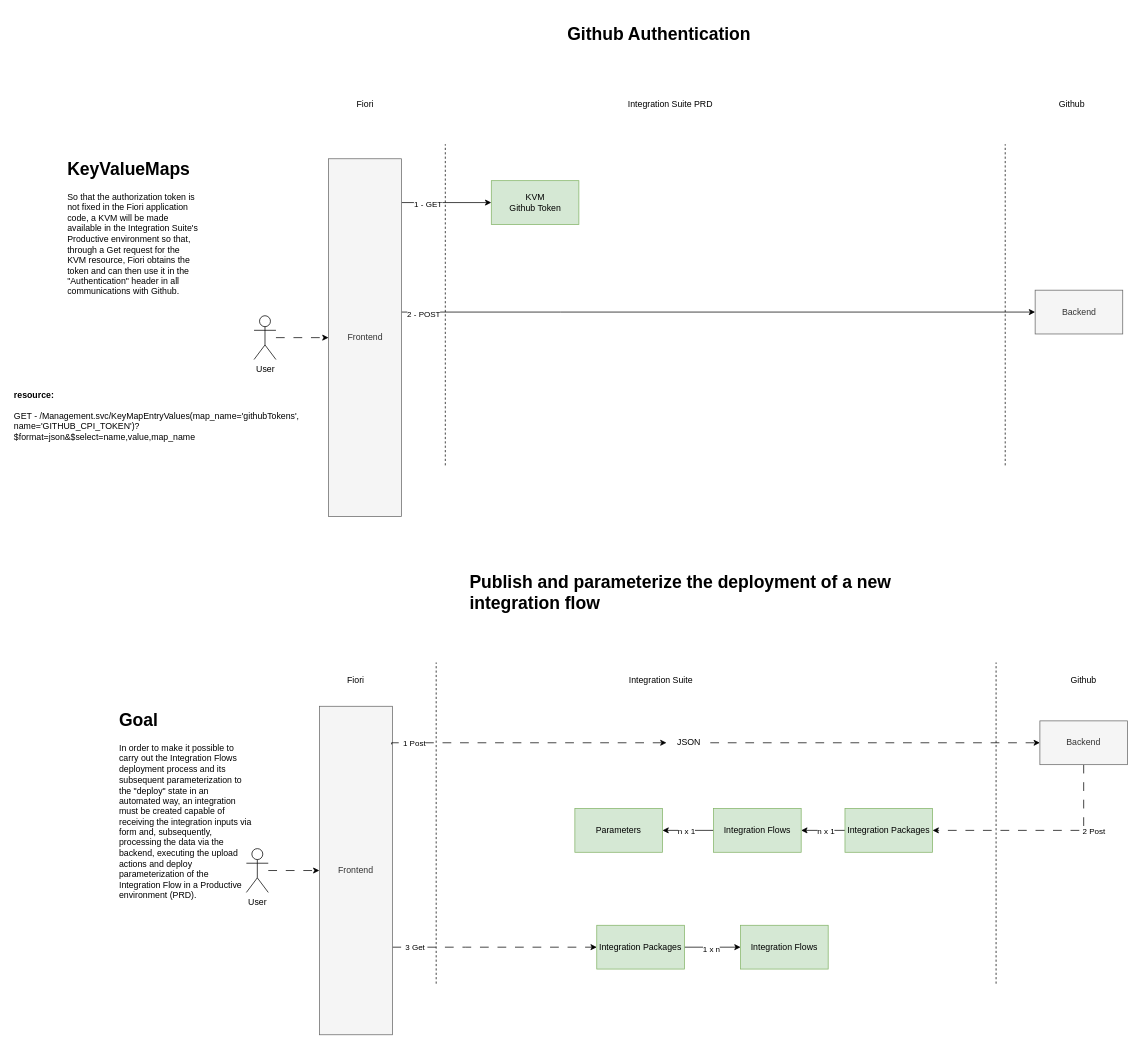
Earlier version of the draw.io diagram page "Integration UseCases" (4 of 5) of cpi-publisher-diagram.drawio (gabriel-rodrigues-f/sap-cloud-integration-architectural-diagrams). Source tidied: cells renumbered, new cells numbered last; positions are measured from the earlier drawing's top-left corner, leaving out a move shared by most shapes. Both pictures are drawn from the tidied source at 73%, with x=0, y=0 at pixel (12, 20).
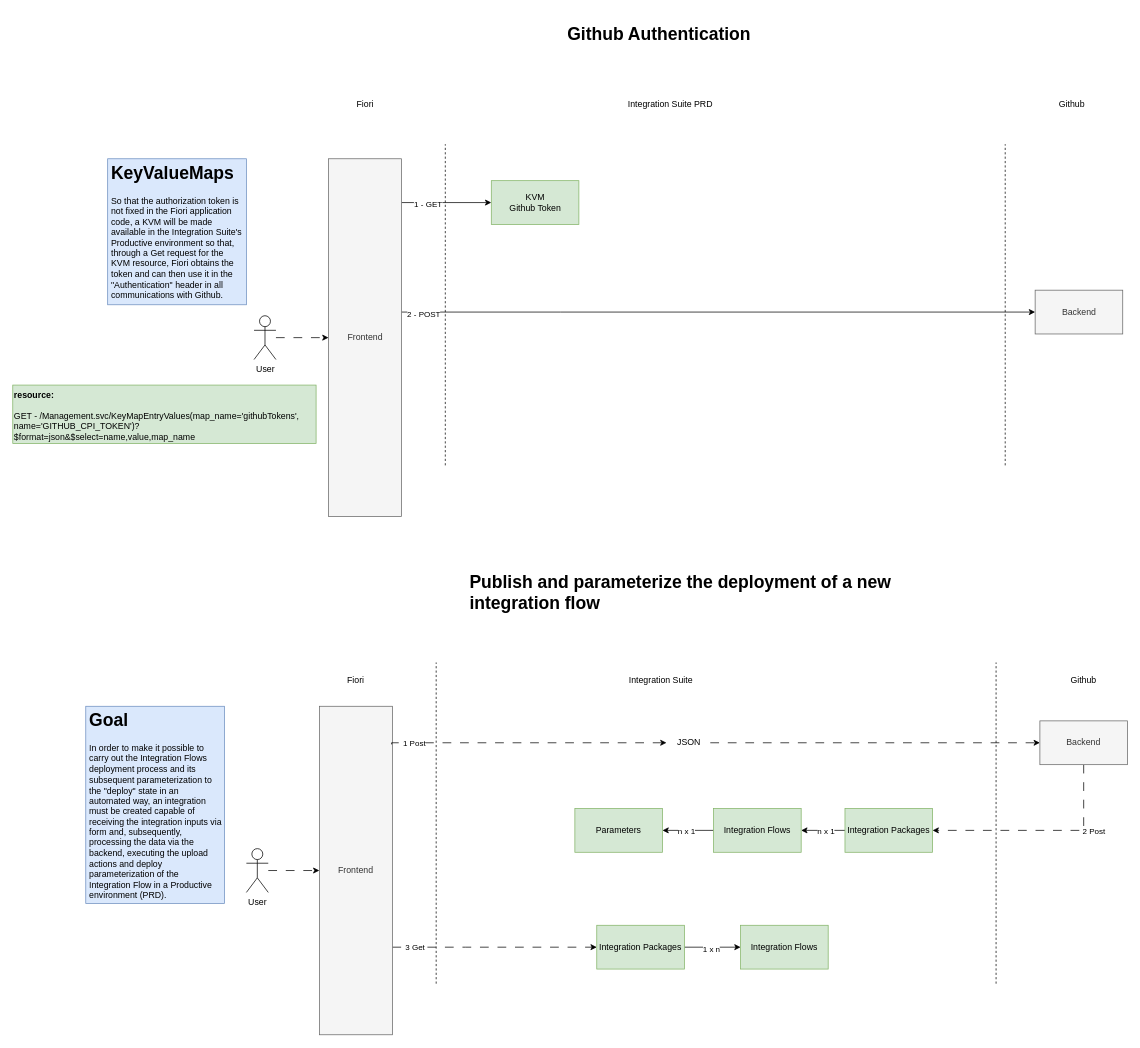
The same page after the edit.

Change to the diagram source:
```diff
@@
-    <mxCell id="30" value="&lt;h1&gt;Goal&lt;/h1&gt;&lt;p&gt;In order to make it possible to carry out the Integration Flows deployment process and its subsequent parameterization to the &quot;deploy&quot; state in an automated way, an integration must be created capable of receiving the integration inputs via form and, subsequently, processing the data via the backend, executing the upload actions and deploy parameterization of the Integration Flow in a Productive environment (PRD).&lt;/p&gt;" style="text;html=1;strokeColor=none;fillColor=none;spacing=5;spacingTop=-20;whiteSpace=wrap;overflow=hidden;rounded=0;" parent="1" vertex="1">
-      <mxGeometry x="140.5" y="940" width="190" height="270" as="geometry" />
+    <mxCell id="30" value="&lt;h1&gt;Goal&lt;/h1&gt;&lt;p&gt;In order to make it possible to carry out the Integration Flows deployment process and its subsequent parameterization to the &quot;deploy&quot; state in an automated way, an integration must be created capable of receiving the integration inputs via form and, subsequently, processing the data via the backend, executing the upload actions and deploy parameterization of the Integration Flow in a Productive environment (PRD).&lt;/p&gt;" style="text;html=1;strokeColor=#6c8ebf;fillColor=#dae8fc;spacing=5;spacingTop=-20;whiteSpace=wrap;overflow=hidden;rounded=0;" parent="1" vertex="1">
+      <mxGeometry x="100" y="940" width="190" height="270" as="geometry" />
     </mxCell>
@@
-    <mxCell id="47" value="&lt;h1&gt;KeyValueMaps&lt;/h1&gt;&lt;p&gt;So that the authorization token is not fixed in the Fiori application code, a KVM will be made available in the Integration Suite's Productive environment so that, through a Get request for the KVM resource, Fiori obtains the token and can then use it in the &quot;Authentication&quot; header in all communications with Github.&lt;/p&gt;" style="text;html=1;strokeColor=none;fillColor=none;spacing=5;spacingTop=-20;whiteSpace=wrap;overflow=hidden;rounded=0;" parent="1" vertex="1">
-      <mxGeometry x="70" y="185" width="190" height="220" as="geometry" />
+    <mxCell id="47" value="&lt;h1&gt;KeyValueMaps&lt;/h1&gt;&lt;p&gt;So that the authorization token is not fixed in the Fiori application code, a KVM will be made available in the Integration Suite's Productive environment so that, through a Get request for the KVM resource, Fiori obtains the token and can then use it in the &quot;Authentication&quot; header in all communications with Github.&lt;/p&gt;" style="text;html=1;strokeColor=#6c8ebf;fillColor=#dae8fc;spacing=5;spacingTop=-20;whiteSpace=wrap;overflow=hidden;rounded=0;" parent="1" vertex="1">
+      <mxGeometry x="130" y="190" width="190" height="200" as="geometry" />
     </mxCell>
-    <mxCell id="48" value="&lt;b&gt;resource:&lt;br&gt;&lt;br&gt;&lt;/b&gt;GET - /Management.svc/KeyMapEntryValues(map_name='githubTokens',&lt;br&gt;name='GITHUB_CPI_TOKEN')?&lt;br&gt;$format=json&amp;amp;$select=name,value,map_name&lt;b&gt;&lt;br&gt;&lt;/b&gt;" style="text;html=1;strokeColor=none;fillColor=none;align=left;verticalAlign=top;rounded=0;whiteSpace=wrap;" parent="1" vertex="1">
+    <mxCell id="48" value="&lt;b&gt;resource:&lt;br&gt;&lt;br&gt;&lt;/b&gt;GET - /Management.svc/KeyMapEntryValues(map_name='githubTokens',&lt;br&gt;name='GITHUB_CPI_TOKEN')?&lt;br&gt;$format=json&amp;amp;$select=name,value,map_name&lt;b&gt;&lt;br&gt;&lt;/b&gt;" style="text;html=1;strokeColor=#82b366;fillColor=#d5e8d4;align=left;verticalAlign=top;rounded=0;whiteSpace=wrap;" parent="1" vertex="1">
       <mxGeometry y="500" width="415.5" height="80" as="geometry" />
     </mxCell>
```
